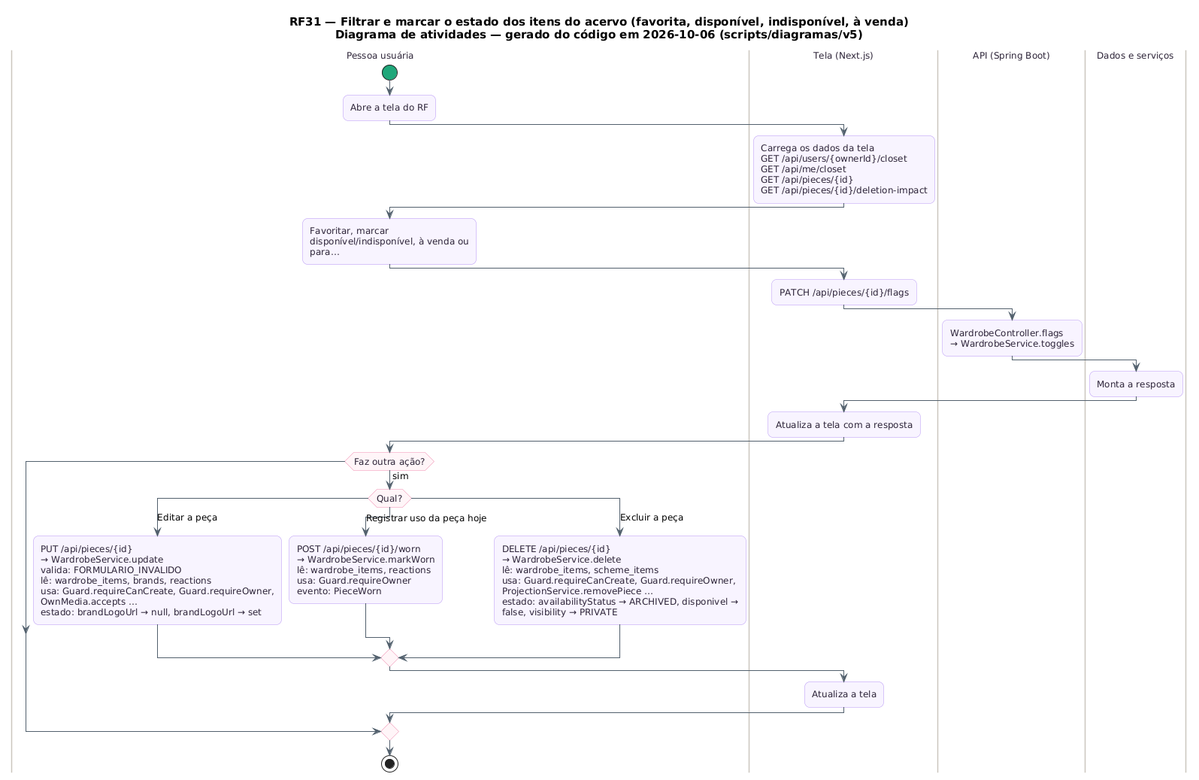
Earlier version of the PlantUML export docs/diagramas/RF31/RF31_Atividades.png (MatheusHaliski/tcc-2026-fashion-ai-backend). Source of this version:
```plantuml
@startuml RF31_Atividades
skinparam backgroundColor #FFFFFF
skinparam shadowing false
skinparam defaultFontName "DejaVu Sans"
skinparam defaultFontSize 12
skinparam titleFontSize 15
skinparam roundcorner 14
skinparam ArrowColor #52606D
skinparam note {
  BackgroundColor #FFFDEB
  BorderColor #D8CE78
  FontColor #554F24
}
skinparam activity {
  BackgroundColor #F8F4FF
  BorderColor #B695F5
  FontColor #2D2438
  DiamondBackgroundColor #FFF5F8
  DiamondBorderColor #F08DB1
  StartColor #20A77A
  EndColor #4B5563
}
skinparam swimlane {
  BorderColor #CBC6BE
  TitleFontColor #2D2438
}
title RF31 — Filtrar e marcar o estado dos itens do acervo (favorita, disponível, indisponível, à venda)\nDiagrama de atividades — gerado do código em 2026-10-06 (scripts/diagramas/v5)

|Pessoa usuária|
start
:Abre a tela do RF;
|Tela (Next.js)|
:Carrega os dados da tela\nGET /api/users/{ownerId}/closet\nGET /api/me/closet\nGET /api/pieces/{id}\nGET /api/pieces/{id}/deletion-impact;
|Pessoa usuária|
:Favoritar, marcar\ndisponível/indisponível, à venda ou\npara…;
|Tela (Next.js)|
:PATCH /api/pieces/{id}/flags;
|API (Spring Boot)|
:WardrobeController.flags\n→ WardrobeService.toggles;
|Dados e serviços|
:Monta a resposta;
|Tela (Next.js)|
:Atualiza a tela com a resposta;
|Pessoa usuária|
if (Faz outra ação?) then (sim)
  switch (Qual?)
  case (Editar a peça)
    :PUT /api/pieces/{id}\n→ WardrobeService.update\nvalida: FORMULARIO_INVALIDO\nlê: wardrobe_items, brands, reactions\nusa: Guard.requireCanCreate, Guard.requireOwner,\nOwnMedia.accepts …\nestado: brandLogoUrl → null, brandLogoUrl → set;
  case (Registrar uso da peça hoje)
    :POST /api/pieces/{id}/worn\n→ WardrobeService.markWorn\nlê: wardrobe_items, reactions\nusa: Guard.requireOwner\nevento: PieceWorn;
  case (Excluir a peça)
    :DELETE /api/pieces/{id}\n→ WardrobeService.delete\nlê: wardrobe_items, scheme_items\nusa: Guard.requireCanCreate, Guard.requireOwner,\nProjectionService.removePiece …\nestado: availabilityStatus → ARCHIVED, disponivel →\nfalse, visibility → PRIVATE;
  endswitch
  |Tela (Next.js)|
  :Atualiza a tela;
endif
|Pessoa usuária|
stop
@enduml
```
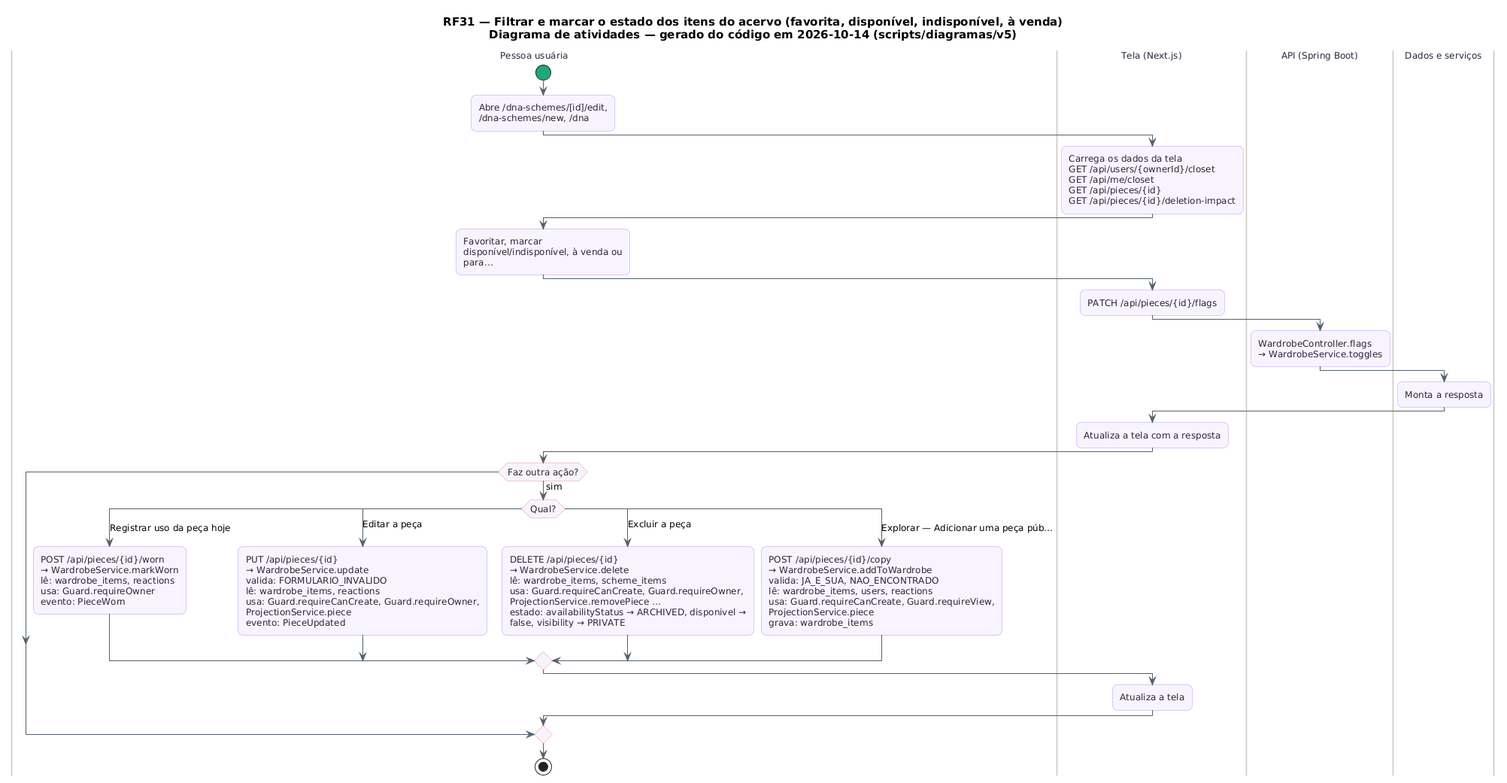
After the commit.

Diff of the diagram source:
```diff
@@ -24,11 +24,11 @@
   BorderColor #CBC6BE
   TitleFontColor #2D2438
 }
-title RF31 — Filtrar e marcar o estado dos itens do acervo (favorita, disponível, indisponível, à venda)\nDiagrama de atividades — gerado do código em 2026-10-06 (scripts/diagramas/v5)
+title RF31 — Filtrar e marcar o estado dos itens do acervo (favorita, disponível, indisponível, à venda)\nDiagrama de atividades — gerado do código em 2026-10-14 (scripts/diagramas/v5)
 
 |Pessoa usuária|
 start
-:Abre a tela do RF;
+:Abre /dna-schemes/[id]/edit,\n/dna-schemes/new, /dna;
 |Tela (Next.js)|
 :Carrega os dados da tela\nGET /api/users/{ownerId}/closet\nGET /api/me/closet\nGET /api/pieces/{id}\nGET /api/pieces/{id}/deletion-impact;
 |Pessoa usuária|
@@ -44,12 +44,14 @@
 |Pessoa usuária|
 if (Faz outra ação?) then (sim)
   switch (Qual?)
-  case (Editar a peça)
-    :PUT /api/pieces/{id}\n→ WardrobeService.update\nvalida: FORMULARIO_INVALIDO\nlê: wardrobe_items, brands, reactions\nusa: Guard.requireCanCreate, Guard.requireOwner,\nOwnMedia.accepts …\nestado: brandLogoUrl → null, brandLogoUrl → set;
   case (Registrar uso da peça hoje)
     :POST /api/pieces/{id}/worn\n→ WardrobeService.markWorn\nlê: wardrobe_items, reactions\nusa: Guard.requireOwner\nevento: PieceWorn;
+  case (Editar a peça)
+    :PUT /api/pieces/{id}\n→ WardrobeService.update\nvalida: FORMULARIO_INVALIDO\nlê: wardrobe_items, reactions\nusa: Guard.requireCanCreate, Guard.requireOwner,\nProjectionService.piece\nevento: PieceUpdated;
   case (Excluir a peça)
     :DELETE /api/pieces/{id}\n→ WardrobeService.delete\nlê: wardrobe_items, scheme_items\nusa: Guard.requireCanCreate, Guard.requireOwner,\nProjectionService.removePiece …\nestado: availabilityStatus → ARCHIVED, disponivel →\nfalse, visibility → PRIVATE;
+  case (Explorar — Adicionar uma peça púb…)
+    :POST /api/pieces/{id}/copy\n→ WardrobeService.addToWardrobe\nvalida: JA_E_SUA, NAO_ENCONTRADO\nlê: wardrobe_items, users, reactions\nusa: Guard.requireCanCreate, Guard.requireView,\nProjectionService.piece\ngrava: wardrobe_items;
   endswitch
   |Tela (Next.js)|
   :Atualiza a tela;
```
